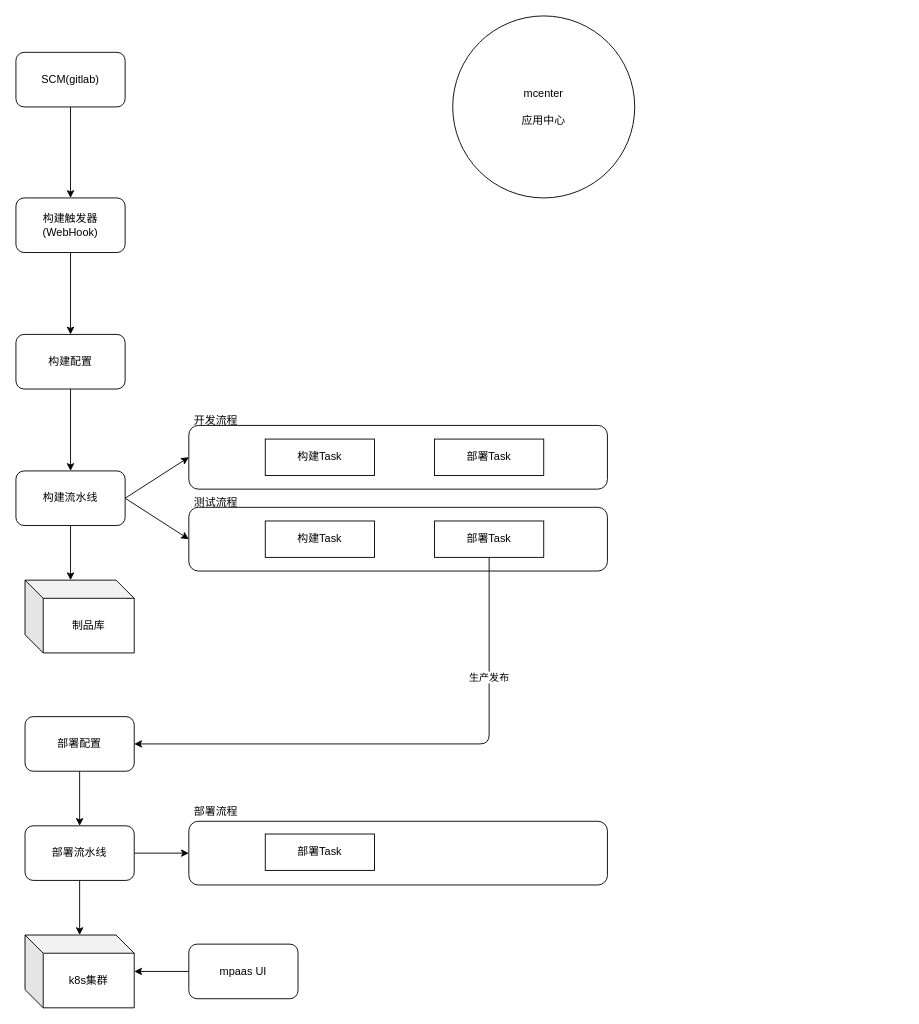
Above: docs/design.drawio in infraboard/mpaas (draw.io), before the change. Source tidied: cells renumbered, new cells numbered last; positions are measured from the earlier drawing's top-left corner, leaving out a move shared by most shapes. Both pictures are drawn from the tidied source at 91%, with x=0, y=0 at pixel (15, 15).
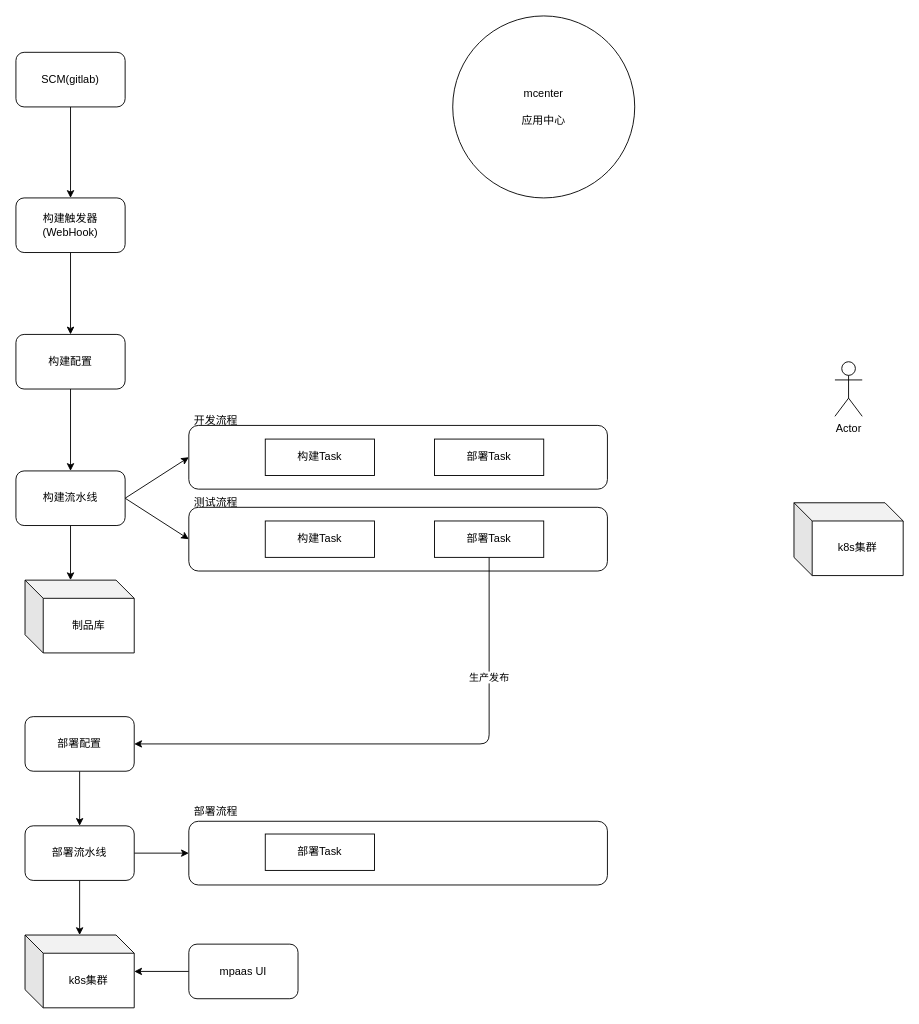
The same page after the edit.

What changed in the source:
```diff
@@
+    <mxCell id="35" value="k8s集群" style="shape=cube;whiteSpace=wrap;html=1;boundedLbl=1;backgroundOutline=1;darkOpacity=0.05;darkOpacity2=0.1;" parent="1" vertex="1">
+      <mxGeometry x="855" y="535" width="120" height="80" as="geometry" />
+    </mxCell>
+    <mxCell id="36" value="Actor" style="shape=umlActor;verticalLabelPosition=bottom;verticalAlign=top;html=1;" parent="1" vertex="1">
+      <mxGeometry x="900" y="380" width="30" height="60" as="geometry" />
+    </mxCell>
```
